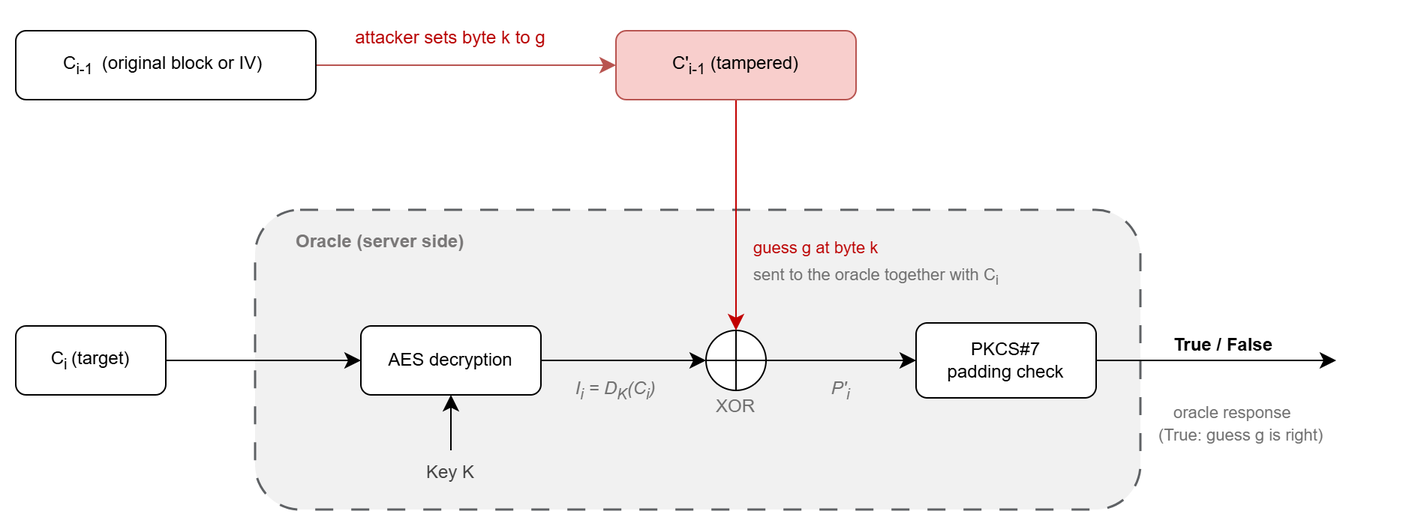
Above: figures/figure-1-cbc-attack.png in nvkhanh029/crypto-padding-oracle-attack (draw.io), before the change. Source tidied: cells renumbered, new cells last; positions are measured from the earlier drawing's top-left corner, leaving out a move shared by most shapes.
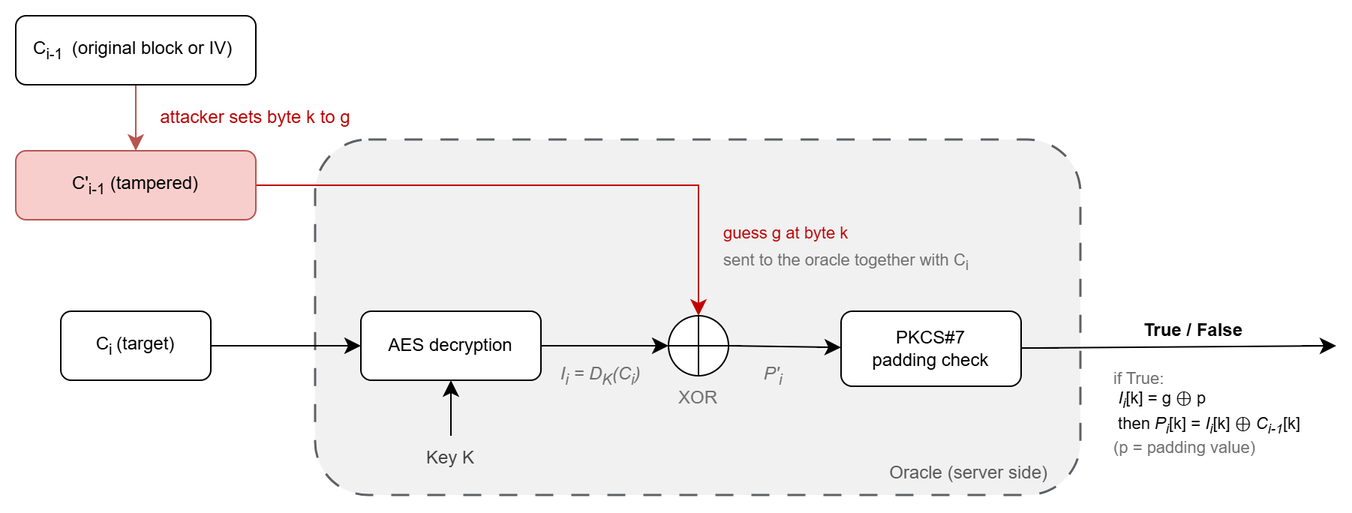
The same diagram one commit later.

Commit message:
docs(figures): update Figure 1, CBC decryption and XOR step (T13b)

The edit, as a diff of the source:
```diff
@@ -2,84 +2,85 @@
   <root>
     <mxCell id="0" />
     <mxCell id="1" parent="0" />
-    <mxCell id="2" value="&lt;div style=&quot;padding-top: 7px; padding-right: 0px; padding-left: 25px;&quot;&gt;&lt;span style=&quot;background-color: transparent;&quot;&gt;&lt;b&gt;Oracle (server side)&lt;/b&gt;&lt;/span&gt;&lt;/div&gt;" style="rounded=1;whiteSpace=wrap;html=1;roundedPerimeter=1;dashed=1;strokeWidth=1.5;fillColor=#eeeeee;strokeColor=#36393d;opacity=80;opacityGroup=1;dashPattern=8 8;align=left;verticalAlign=top;fontColor=light-dark(#797777, var(--ge-light-color, #ffffff));" parent="1" vertex="1">
-      <mxGeometry x="160" y="130" width="590" height="200" as="geometry" />
-    </mxCell>
+    <mxCell id="27" value="&lt;div style=&quot;padding-top: 7px; padding-right: 0px; padding-left: 25px;&quot;&gt;&lt;br&gt;&lt;/div&gt;" style="rounded=1;whiteSpace=wrap;html=1;roundedPerimeter=1;dashed=1;strokeWidth=1.5;fillColor=#eeeeee;strokeColor=#36393d;opacity=80;opacityGroup=1;dashPattern=8 8;align=left;verticalAlign=top;fontColor=light-dark(#797777, var(--ge-light-color, #ffffff));" parent="1" vertex="1">
+      <mxGeometry x="200" y="93" width="510" height="237" as="geometry" />
+    </mxCell>
-    <mxCell id="3" style="edgeStyle=none;curved=1;rounded=0;curveGeometry=1;jettySize=auto;html=1;fontSize=12;fontColor=default;defaultLabelBackgroundColor=page;startSize=8;endSize=8;entryX=0;entryY=0.5;entryDx=0;entryDy=0;fillColor=#f8cecc;strokeColor=#b85450;" parent="1" edge="1" source="4" target="8">
+    <mxCell id="3" style="edgeStyle=none;curved=1;rounded=0;curveGeometry=1;jettySize=auto;html=1;fontSize=12;fontColor=default;defaultLabelBackgroundColor=page;startSize=8;endSize=8;entryX=0.5;entryY=0;entryDx=0;entryDy=0;fillColor=#f8cecc;strokeColor=#b85450;" parent="1" edge="1" source="4" target="8">
       <mxGeometry relative="1" as="geometry" />
     </mxCell>
     <mxCell id="4" value="C&lt;sub&gt;i-1&amp;nbsp;&lt;/sub&gt;&amp;nbsp;(original block or IV)&amp;nbsp;" style="rounded=1;whiteSpace=wrap;html=1;roundedPerimeter=1;labelBackgroundColor=none;" parent="1" vertex="1">
-      <mxGeometry y="10" width="200" height="46" as="geometry" />
+      <mxGeometry y="10" width="160" height="46" as="geometry" />
     </mxCell>
     <mxCell id="5" style="edgeStyle=none;curved=1;rounded=0;curveGeometry=1;jettySize=auto;html=1;entryX=0;entryY=0.5;entryDx=0;entryDy=0;fontSize=12;defaultLabelBackgroundColor=page;startSize=8;endSize=8;" parent="1" edge="1" source="6" target="12">
       <mxGeometry relative="1" as="geometry" />
     </mxCell>
     <mxCell id="6" value="C&lt;sub&gt;i &lt;/sub&gt;(target)" style="rounded=1;whiteSpace=wrap;html=1;roundedPerimeter=1;labelBackgroundColor=none;" parent="1" vertex="1">
-      <mxGeometry y="207" width="100" height="46" as="geometry" />
+      <mxGeometry x="30" y="207" width="100" height="46" as="geometry" />
     </mxCell>
-    <mxCell id="7" style="edgeStyle=none;curved=1;rounded=0;curveGeometry=1;jettySize=auto;html=1;fontSize=12;defaultLabelBackgroundColor=page;startSize=8;endSize=8;strokeColor=light-dark(#c20000, #ededed);" parent="1" edge="1" source="8" target="14">
-      <mxGeometry relative="1" as="geometry" />
-    </mxCell>
+    <mxCell id="28" style="curved=0;rounded=0;jettySize=auto;html=1;fontSize=12;defaultLabelBackgroundColor=page;startSize=8;endSize=8;strokeColor=light-dark(#c20000, #ededed);flowAnimation=0;" parent="1" edge="1" source="8" target="31">
+      <mxGeometry relative="1" as="geometry">
+        <Array as="points">
+          <mxPoint x="455" y="123" />
+        </Array>
+      </mxGeometry>
+    </mxCell>
     <mxCell id="8" value="C'&lt;sub&gt;i-1&lt;/sub&gt;&amp;nbsp;(tampered)" style="rounded=1;whiteSpace=wrap;html=1;roundedPerimeter=1;labelBackgroundColor=none;fillColor=#f8cecc;strokeColor=#b85450;" parent="1" vertex="1">
-      <mxGeometry x="400" y="10" width="160" height="46" as="geometry" />
+      <mxGeometry y="100" width="160" height="46" as="geometry" />
     </mxCell>
     <mxCell id="9" value="attacker sets byte k to g" style="text;html=1;whiteSpace=wrap;strokeColor=none;fillColor=none;align=center;verticalAlign=middle;rounded=0;labelBackgroundColor=none;fontColor=light-dark(#b80000, #ededed);" parent="1" vertex="1">
-      <mxGeometry x="200" width="180" height="30" as="geometry" />
+      <mxGeometry x="70" y="63" width="180" height="30" as="geometry" />
     </mxCell>
-    <mxCell id="10" style="edgeStyle=none;curved=1;rounded=0;curveGeometry=1;jettySize=auto;html=1;entryX=0;entryY=0.5;entryDx=0;entryDy=0;fontSize=12;defaultLabelBackgroundColor=page;startSize=8;endSize=8;" parent="1" edge="1" source="12" target="14">
-      <mxGeometry relative="1" as="geometry" />
-    </mxCell>
-    <mxCell id="11" style="edgeStyle=none;curved=1;rounded=0;curveGeometry=1;jettySize=auto;html=1;fontSize=12;defaultLabelBackgroundColor=page;startSize=8;endSize=8;" parent="1" edge="1" target="12">
-      <mxGeometry relative="1" as="geometry">
-        <mxPoint x="290" y="290" as="sourcePoint" />
-      </mxGeometry>
-    </mxCell>
+    <mxCell id="29" style="edgeStyle=none;curved=1;rounded=0;curveGeometry=1;jettySize=auto;html=1;entryX=0;entryY=0.5;entryDx=0;entryDy=0;fontSize=12;defaultLabelBackgroundColor=page;startSize=8;endSize=8;" parent="1" edge="1" source="12" target="31">
+      <mxGeometry relative="1" as="geometry" />
+    </mxCell>
+    <mxCell id="30" style="edgeStyle=none;curved=1;rounded=0;curveGeometry=1;jettySize=auto;html=1;fontSize=12;defaultLabelBackgroundColor=page;startSize=8;endSize=8;" parent="1" edge="1" target="12">
+      <mxGeometry relative="1" as="geometry">
+        <mxPoint x="290" y="290" as="sourcePoint" />
+      </mxGeometry>
+    </mxCell>
     <mxCell id="12" value="AES decryption" style="rounded=1;whiteSpace=wrap;html=1;roundedPerimeter=1;labelBackgroundColor=none;" parent="1" vertex="1">
       <mxGeometry x="230" y="207" width="120" height="46" as="geometry" />
     </mxCell>
-    <mxCell id="13" style="edgeStyle=none;curved=1;rounded=0;curveGeometry=1;jettySize=auto;html=1;fontSize=12;defaultLabelBackgroundColor=page;startSize=8;endSize=8;" parent="1" edge="1" source="2" target="17">
-      <mxGeometry relative="1" as="geometry" />
-    </mxCell>
-    <mxCell id="14" style="shape=orEllipse;perimeter=ellipsePerimeter;whiteSpace=wrap;html=1;backgroundOutline=1;labelBackgroundColor=none;" parent="1" vertex="1">
-      <mxGeometry x="460" y="210" width="40" height="40" as="geometry" />
-    </mxCell>
-    <mxCell id="15" style="edgeStyle=none;curved=1;rounded=0;curveGeometry=1;jettySize=auto;html=1;fontSize=12;defaultLabelBackgroundColor=page;startSize=8;endSize=8;" parent="1" edge="1" source="17">
-      <mxGeometry relative="1" as="geometry">
-        <mxPoint x="880" y="230" as="targetPoint" />
-      </mxGeometry>
-    </mxCell>
-    <mxCell id="16" style="edgeStyle=none;curved=1;rounded=0;curveGeometry=1;jettySize=auto;html=1;fontSize=12;defaultLabelBackgroundColor=page;startSize=8;endSize=8;exitX=1;exitY=0.5;exitDx=0;exitDy=0;" parent="1" edge="1" source="14" target="17">
-      <mxGeometry relative="1" as="geometry" />
-    </mxCell>
+    <mxCell id="31" style="shape=orEllipse;perimeter=ellipsePerimeter;whiteSpace=wrap;html=1;backgroundOutline=1;labelBackgroundColor=none;" parent="1" vertex="1">
+      <mxGeometry x="435" y="210" width="40" height="40" as="geometry" />
+    </mxCell>
+    <mxCell id="32" style="edgeStyle=none;curved=1;rounded=0;curveGeometry=1;jettySize=auto;html=1;fontSize=12;defaultLabelBackgroundColor=page;startSize=8;endSize=8;" parent="1" edge="1" source="17">
+      <mxGeometry relative="1" as="geometry">
+        <mxPoint x="880" y="230" as="targetPoint" />
+      </mxGeometry>
+    </mxCell>
+    <mxCell id="33" style="edgeStyle=none;curved=1;rounded=0;curveGeometry=1;jettySize=auto;html=1;fontSize=12;defaultLabelBackgroundColor=page;startSize=8;endSize=8;exitX=1;exitY=0.5;exitDx=0;exitDy=0;" parent="1" edge="1" source="31" target="17">
+      <mxGeometry relative="1" as="geometry" />
+    </mxCell>
     <mxCell id="17" value="PKCS#7&lt;div&gt;padding check&lt;/div&gt;" style="rounded=1;whiteSpace=wrap;html=1;roundedPerimeter=1;labelBackgroundColor=none;" parent="1" vertex="1">
-      <mxGeometry x="600" y="205" width="120" height="50" as="geometry" />
+      <mxGeometry x="550" y="207" width="120" height="50" as="geometry" />
     </mxCell>
     <mxCell id="18" value="XOR" style="text;html=1;whiteSpace=wrap;strokeColor=none;fillColor=none;align=center;verticalAlign=middle;rounded=0;labelBackgroundColor=none;fontColor=light-dark(#707070, #ededed);" parent="1" vertex="1">
-      <mxGeometry x="450" y="246" width="60" height="30" as="geometry" />
+      <mxGeometry x="425" y="250" width="60" height="30" as="geometry" />
     </mxCell>
     <mxCell id="19" value="&lt;b&gt;True / False&lt;/b&gt;" style="text;html=1;whiteSpace=wrap;strokeColor=none;fillColor=none;align=center;verticalAlign=middle;rounded=0;" parent="1" vertex="1">
-      <mxGeometry x="760" y="205" width="90" height="30" as="geometry" />
+      <mxGeometry x="740" y="205" width="90" height="30" as="geometry" />
     </mxCell>
     <mxCell id="20" value="Key K" style="text;html=1;whiteSpace=wrap;strokeColor=none;fillColor=none;align=center;verticalAlign=middle;rounded=0;fontColor=light-dark(#424242, #ededed);" parent="1" vertex="1">
       <mxGeometry x="260" y="290" width="60" height="30" as="geometry" />
     </mxCell>
     <mxCell id="21" value="&lt;i&gt;P'&lt;sub&gt;i&lt;/sub&gt;&lt;/i&gt;" style="text;html=1;whiteSpace=wrap;strokeColor=none;fillColor=none;align=center;verticalAlign=middle;rounded=0;fontColor=light-dark(#707070, #ededed);" parent="1" vertex="1">
-      <mxGeometry x="520" y="235" width="60" height="30" as="geometry" />
+      <mxGeometry x="475" y="235" width="60" height="30" as="geometry" />
     </mxCell>
     <mxCell id="22" value="sent to the oracle together with C&lt;sub&gt;i&lt;/sub&gt;" style="text;html=1;whiteSpace=wrap;strokeColor=none;fillColor=none;align=left;verticalAlign=middle;rounded=0;fontColor=light-dark(#707070, #ededed);fontSize=11;" parent="1" vertex="1">
-      <mxGeometry x="490" y="160" width="220" height="30" as="geometry" />
+      <mxGeometry x="470" y="160" width="220" height="30" as="geometry" />
     </mxCell>
-    <mxCell id="23" value="oracle response" style="text;html=1;whiteSpace=wrap;strokeColor=none;fillColor=none;align=left;verticalAlign=middle;rounded=0;fontSize=11;fontColor=light-dark(#707070, #ededed);" parent="1" vertex="1">
-      <mxGeometry x="770" y="250" width="140" height="30" as="geometry" />
-    </mxCell>
+    <mxCell id="34" value="if True:&lt;div&gt;&amp;nbsp;&lt;span style=&quot;color: light-dark(rgb(5, 5, 5), rgb(237, 237, 237));&quot;&gt;&lt;i&gt;I&lt;sub&gt;i&lt;/sub&gt;&lt;/i&gt;[k] = g ⊕ p&lt;/span&gt;&lt;/div&gt;&lt;div&gt;&lt;span style=&quot;color: light-dark(rgb(5, 5, 5), rgb(237, 237, 237));&quot;&gt;&amp;nbsp;then &lt;i&gt;P&lt;sub&gt;i&lt;/sub&gt;&lt;/i&gt;[k] = &lt;i&gt;I&lt;sub&gt;i&lt;/sub&gt;&lt;/i&gt;[k] ⊕ &lt;i&gt;C&lt;sub&gt;i-1&lt;/sub&gt;&lt;/i&gt;[k]&lt;/span&gt;&lt;/div&gt;&lt;div&gt;(p = padding value)&lt;/div&gt;" style="text;html=1;whiteSpace=wrap;strokeColor=none;fillColor=none;align=left;verticalAlign=middle;rounded=0;fontSize=11;fontColor=light-dark(#707070, #ededed);" parent="1" vertex="1">
+      <mxGeometry x="730" y="250" width="140" height="50" as="geometry" />
+    </mxCell>
     <mxCell id="24" value="&lt;i&gt;I&lt;sub&gt;i&lt;/sub&gt; = D&lt;sub&gt;K&lt;/sub&gt;(C&lt;sub&gt;i&lt;/sub&gt;)&lt;/i&gt;" style="text;html=1;whiteSpace=wrap;strokeColor=none;fillColor=none;align=center;verticalAlign=middle;rounded=0;fontColor=light-dark(#707070, #ededed);" parent="1" vertex="1">
-      <mxGeometry x="370" y="235" width="60" height="30" as="geometry" />
+      <mxGeometry x="360" y="235" width="60" height="30" as="geometry" />
     </mxCell>
     <mxCell id="25" value="guess g at byte k" style="text;html=1;whiteSpace=wrap;strokeColor=none;fillColor=none;align=left;verticalAlign=middle;rounded=0;fontColor=light-dark(#bc0101, #ededed);fontSize=11;" parent="1" vertex="1">
-      <mxGeometry x="490" y="140" width="180" height="30" as="geometry" />
+      <mxGeometry x="470" y="140" width="180" height="30" as="geometry" />
     </mxCell>
-    <mxCell id="26" value="(True: guess g is right)" style="text;html=1;whiteSpace=wrap;strokeColor=none;fillColor=none;align=left;verticalAlign=middle;rounded=0;fontColor=light-dark(#707070, #ededed);fontSize=11;" parent="1" vertex="1">
-      <mxGeometry x="760" y="265" width="160" height="30" as="geometry" />
-    </mxCell>
+    <mxCell id="2" value="Oracle (server side)" style="text;html=1;whiteSpace=wrap;strokeColor=none;fillColor=none;align=right;verticalAlign=middle;rounded=0;fontColor=light-dark(#5a5858, #ededed);" parent="1" vertex="1">
+      <mxGeometry x="530" y="300" width="160" height="30" as="geometry" />
+    </mxCell>
   </root>
 </mxGraphModel>
```
